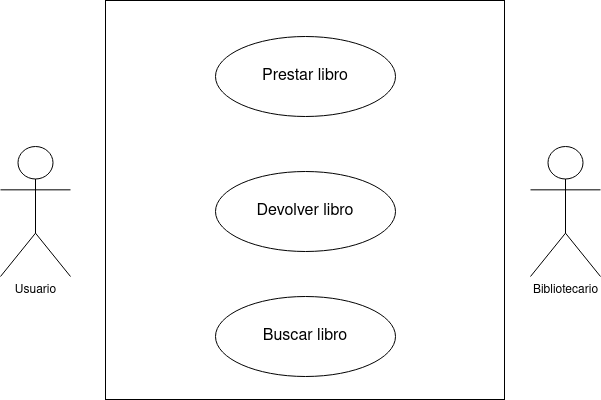
The draw.io diagram casos de uso biblioteca.drawio.png in GermanOjeda/Tarea-ETS, before a commit. Source tidied: cells renumbered, new cells last; positions are measured from the earlier drawing's top-left corner, leaving out a move shared by most shapes.
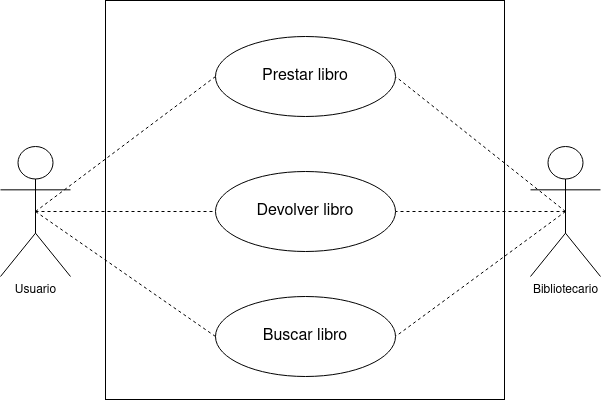
After the commit.

Change to the diagram source:
```diff
@@ -5,9 +5,24 @@
     <mxCell id="2" style="whiteSpace=wrap;html=1;" parent="1" vertex="1">
       <mxGeometry x="105" width="399" height="399" as="geometry" />
     </mxCell>
+    <mxCell id="8" style="rounded=0;jettySize=auto;html=1;exitX=0.5;exitY=0.5;exitDx=0;exitDy=0;exitPerimeter=0;entryX=0;entryY=0.5;entryDx=0;entryDy=0;endArrow=none;endFill=0;dashed=1;" parent="1" edge="1" source="3" target="5">
+      <mxGeometry relative="1" as="geometry" />
+    </mxCell>
+    <mxCell id="9" style="rounded=0;jettySize=auto;html=1;exitX=0.5;exitY=0.5;exitDx=0;exitDy=0;exitPerimeter=0;entryX=0;entryY=0.5;entryDx=0;entryDy=0;endArrow=none;endFill=0;dashed=1;" parent="1" edge="1" source="3" target="6">
+      <mxGeometry relative="1" as="geometry" />
+    </mxCell>
     <mxCell id="3" value="&lt;div&gt;Usuario&lt;/div&gt;" style="shape=umlActor;verticalLabelPosition=bottom;verticalAlign=top;html=1;outlineConnect=0;" parent="1" vertex="1">
       <mxGeometry y="146" width="70" height="130" as="geometry" />
     </mxCell>
+    <mxCell id="10" style="rounded=0;jettySize=auto;html=1;exitX=0.5;exitY=0.5;exitDx=0;exitDy=0;exitPerimeter=0;entryX=1;entryY=0.5;entryDx=0;entryDy=0;endArrow=none;endFill=0;dashed=1;" parent="1" edge="1" source="4" target="5">
+      <mxGeometry relative="1" as="geometry" />
+    </mxCell>
+    <mxCell id="11" style="edgeStyle=orthogonalEdgeStyle;rounded=0;jettySize=auto;html=1;exitX=0.5;exitY=0.5;exitDx=0;exitDy=0;exitPerimeter=0;entryX=1;entryY=0.5;entryDx=0;entryDy=0;endArrow=none;endFill=0;dashed=1;" parent="1" edge="1" source="4" target="6">
+      <mxGeometry relative="1" as="geometry" />
+    </mxCell>
+    <mxCell id="12" style="rounded=0;jettySize=auto;html=1;exitX=0.5;exitY=0.5;exitDx=0;exitDy=0;exitPerimeter=0;entryX=1;entryY=0.5;entryDx=0;entryDy=0;endArrow=none;endFill=0;dashed=1;" parent="1" edge="1" source="4" target="7">
+      <mxGeometry relative="1" as="geometry" />
+    </mxCell>
     <mxCell id="4" value="&lt;div&gt;Bibliotecario&lt;/div&gt;&lt;div&gt;&lt;br&gt;&lt;/div&gt;" style="shape=umlActor;verticalLabelPosition=bottom;verticalAlign=top;html=1;outlineConnect=0;" parent="1" vertex="1">
       <mxGeometry x="530" y="146" width="70" height="130" as="geometry" />
     </mxCell>
@@ -20,5 +35,8 @@
     <mxCell id="7" value="&lt;div&gt;&lt;font style=&quot;font-size: 16px;&quot;&gt;Buscar libro&lt;/font&gt;&lt;/div&gt;" style="ellipse;whiteSpace=wrap;html=1;" parent="1" vertex="1">
       <mxGeometry x="215" y="296" width="180" height="80" as="geometry" />
     </mxCell>
+    <mxCell id="13" style="rounded=0;jettySize=auto;html=1;exitX=0;exitY=0.5;exitDx=0;exitDy=0;entryX=0.5;entryY=0.5;entryDx=0;entryDy=0;entryPerimeter=0;endArrow=none;endFill=0;dashed=1;" parent="1" edge="1" source="7" target="3">
+      <mxGeometry relative="1" as="geometry" />
+    </mxCell>
   </root>
 </mxGraphModel>
```
